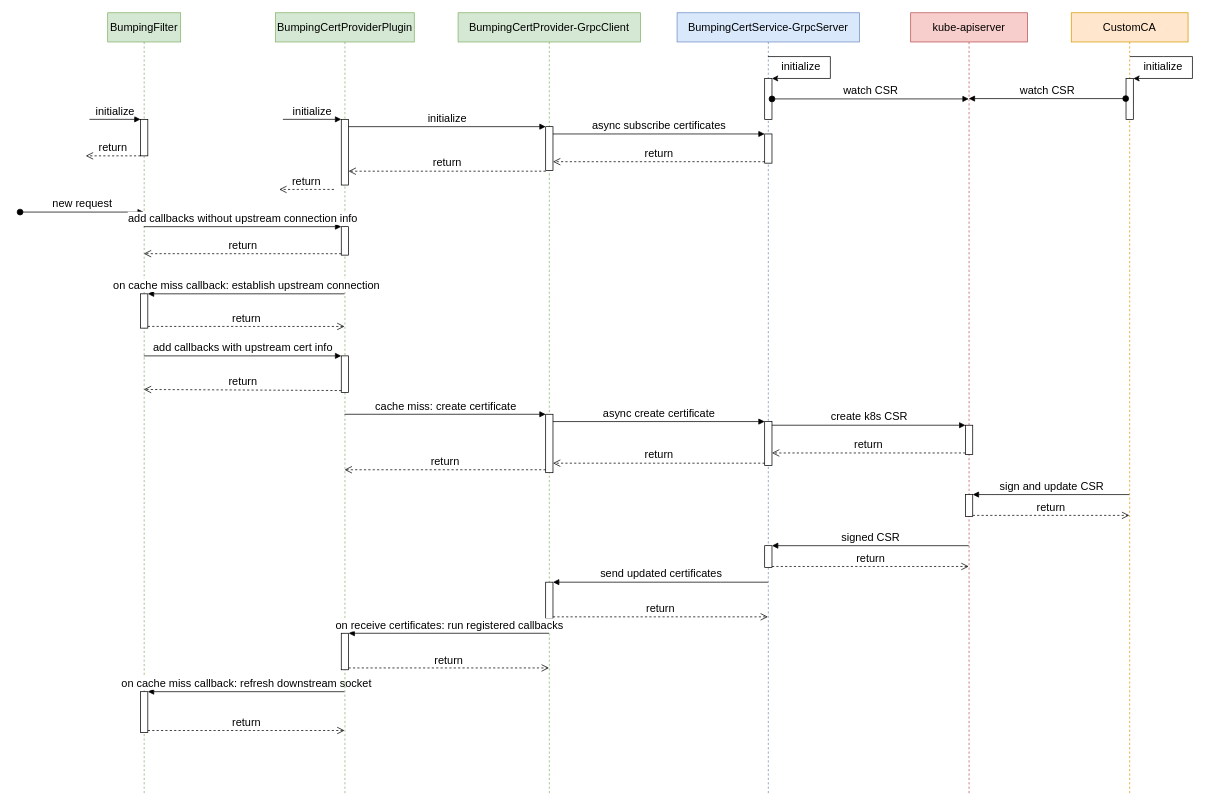
Earlier version of the draw.io diagram bumping cert external provider.drawio (LuyaoZhong/Figures). Source tidied: cells renumbered, new cells numbered last; positions are measured from the earlier drawing's top-left corner, leaving out a move shared by most shapes. Both pictures are drawn from the tidied source at 73%, with x=0, y=0 at pixel (20, 12).
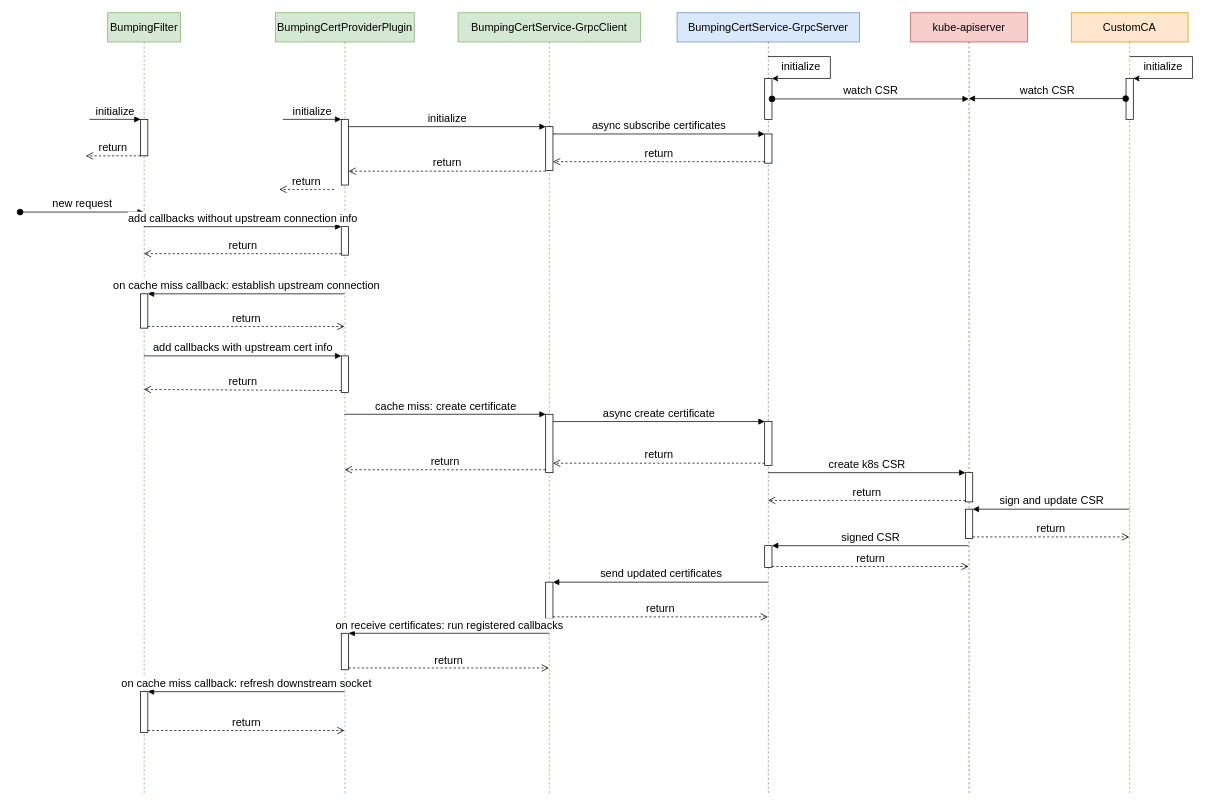
The same diagram, later.

The change refers to these unchanged cells:
```xml
<mxCell id="21" value="BumpingCertService-GrpcServer" style="shape=umlLifeline;perimeter=lifelinePerimeter;whiteSpace=wrap;html=1;outlineConnect=0;fillColor=#dae8fc;strokeColor=#6c8ebf;fontSize=15;" parent="1" vertex="1">
  <mxGeometry x="900" width="250" height="1070" as="geometry" />
</mxCell>
<mxCell id="23" style="html=1;points=[];perimeter=orthogonalPerimeter;fontSize=15;" parent="21" vertex="1">
  <mxGeometry x="120" y="560" width="10" height="60" as="geometry" />
</mxCell>
<mxCell id="28" value="CustomCA" style="shape=umlLifeline;perimeter=lifelinePerimeter;whiteSpace=wrap;html=1;outlineConnect=0;fillColor=#ffe6cc;strokeColor=#d79b00;fontSize=15;" parent="1" vertex="1">
  <mxGeometry x="1440" width="160" height="1070" as="geometry" />
</mxCell>
<mxCell id="55" value="kube-apiserver" style="shape=umlLifeline;perimeter=lifelinePerimeter;whiteSpace=wrap;html=1;outlineConnect=0;fillColor=#f8cecc;strokeColor=#b85450;fontSize=15;" parent="1" vertex="1">
  <mxGeometry x="1220" width="160" height="1070" as="geometry" />
</mxCell>
```

What changed in the source:
```diff
@@
-    <mxCell id="17" value="BumpingCertProvider-GrpcClient" style="shape=umlLifeline;perimeter=lifelinePerimeter;whiteSpace=wrap;html=1;fillColor=#d5e8d4;strokeColor=#82b366;fontSize=15;" parent="1" vertex="1">
+    <mxCell id="17" value="BumpingCertService-GrpcClient" style="shape=umlLifeline;perimeter=lifelinePerimeter;whiteSpace=wrap;html=1;fillColor=#d5e8d4;strokeColor=#82b366;fontSize=15;" parent="1" vertex="1">
       <mxGeometry x="600" width="250" height="1070" as="geometry" />
     </mxCell>
@@
-    <mxCell id="46" value="create k8s CSR" style="html=1;verticalAlign=bottom;endArrow=block;entryX=0;entryY=0;rounded=0;fontSize=15;" parent="1" edge="1" source="23" target="56">
+    <mxCell id="46" value="create k8s CSR" style="html=1;verticalAlign=bottom;endArrow=block;entryX=0;entryY=0;rounded=0;fontSize=15;" parent="1" edge="1" source="21" target="56">
       <mxGeometry relative="1" as="geometry" />
     </mxCell>
-    <mxCell id="47" value="return" style="html=1;verticalAlign=bottom;endArrow=open;dashed=1;endSize=8;exitX=0;exitY=0.95;rounded=0;fontSize=15;" parent="1" edge="1" source="56" target="23">
+    <mxCell id="47" value="return" style="html=1;verticalAlign=bottom;endArrow=open;dashed=1;endSize=8;exitX=0;exitY=0.95;rounded=0;fontSize=15;" parent="1" edge="1" source="56" target="21">
       <mxGeometry relative="1" as="geometry" />
     </mxCell>
-    <mxCell id="48" value="sign and update CSR" style="html=1;verticalAlign=bottom;endArrow=block;entryX=1;entryY=0;rounded=0;fontSize=15;" parent="1" edge="1" target="57">
-      <mxGeometry relative="1" as="geometry">
-        <mxPoint x="1519.5" y="660" as="sourcePoint" />
-      </mxGeometry>
+    <mxCell id="48" value="sign and update CSR" style="html=1;verticalAlign=bottom;endArrow=block;entryX=1;entryY=0;rounded=0;fontSize=15;" parent="1" edge="1" source="28" target="57">
+      <mxGeometry relative="1" as="geometry" />
     </mxCell>
-    <mxCell id="49" value="return" style="html=1;verticalAlign=bottom;endArrow=open;dashed=1;endSize=8;exitX=1;exitY=0.95;rounded=0;fontSize=15;" parent="1" edge="1" source="57">
-      <mxGeometry relative="1" as="geometry">
-        <mxPoint x="1519.5" y="688.5" as="targetPoint" />
-      </mxGeometry>
+    <mxCell id="49" value="return" style="html=1;verticalAlign=bottom;endArrow=open;dashed=1;endSize=8;exitX=1;exitY=0.95;rounded=0;fontSize=15;" parent="1" edge="1" source="57" target="28">
+      <mxGeometry relative="1" as="geometry" />
     </mxCell>
@@
     <mxCell id="56" style="html=1;points=[];perimeter=orthogonalPerimeter;fontSize=15;" parent="55" vertex="1">
-      <mxGeometry x="75" y="565" width="10" height="40" as="geometry" />
+      <mxGeometry x="75" y="630" width="10" height="40" as="geometry" />
     </mxCell>
     <mxCell id="57" style="html=1;points=[];perimeter=orthogonalPerimeter;fontSize=15;" parent="55" vertex="1">
-      <mxGeometry x="75" y="660" width="10" height="30" as="geometry" />
+      <mxGeometry x="75" y="680" width="10" height="40" as="geometry" />
     </mxCell>
```
